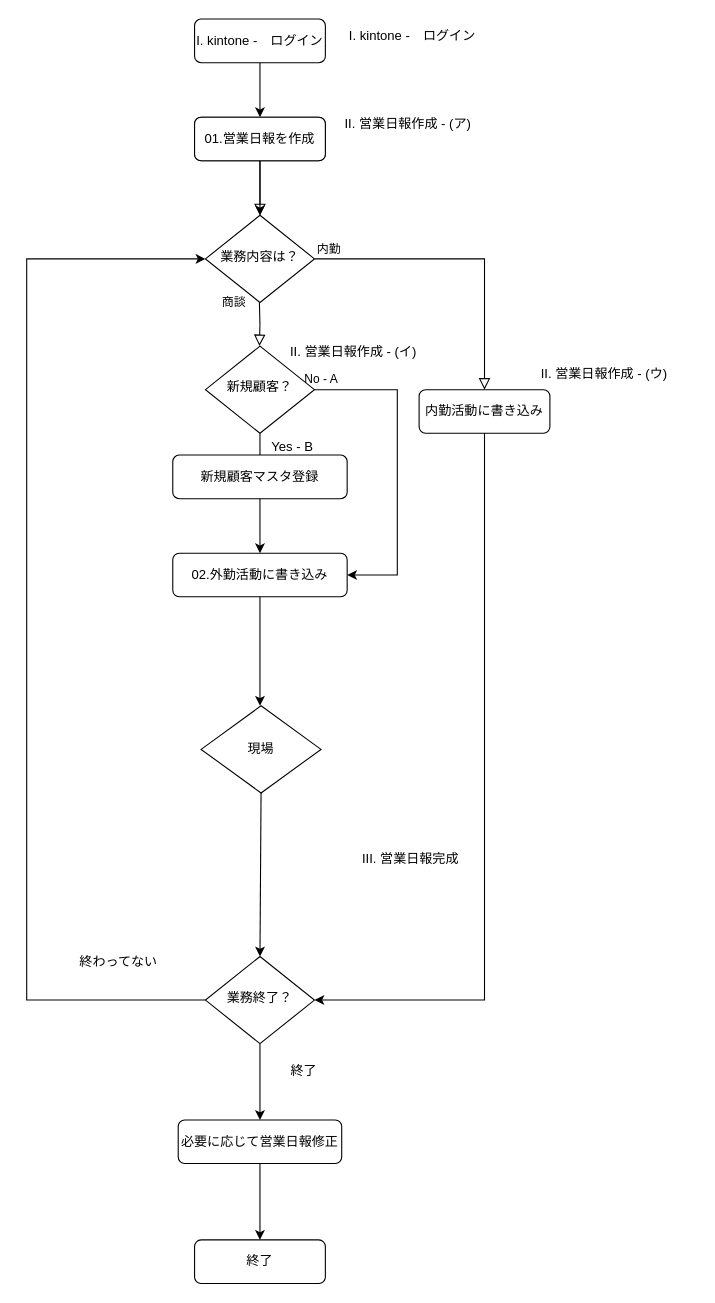
Earlier version of the draw.io diagram kintone使用案_01.drawio (kss-kawashima/flow). Source tidied: cells renumbered, new cells numbered last; positions are measured from the earlier drawing's top-left corner, leaving out a move shared by most shapes. Both pictures are drawn from the tidied source at 109%, with x=0, y=0 at pixel (26, 19).
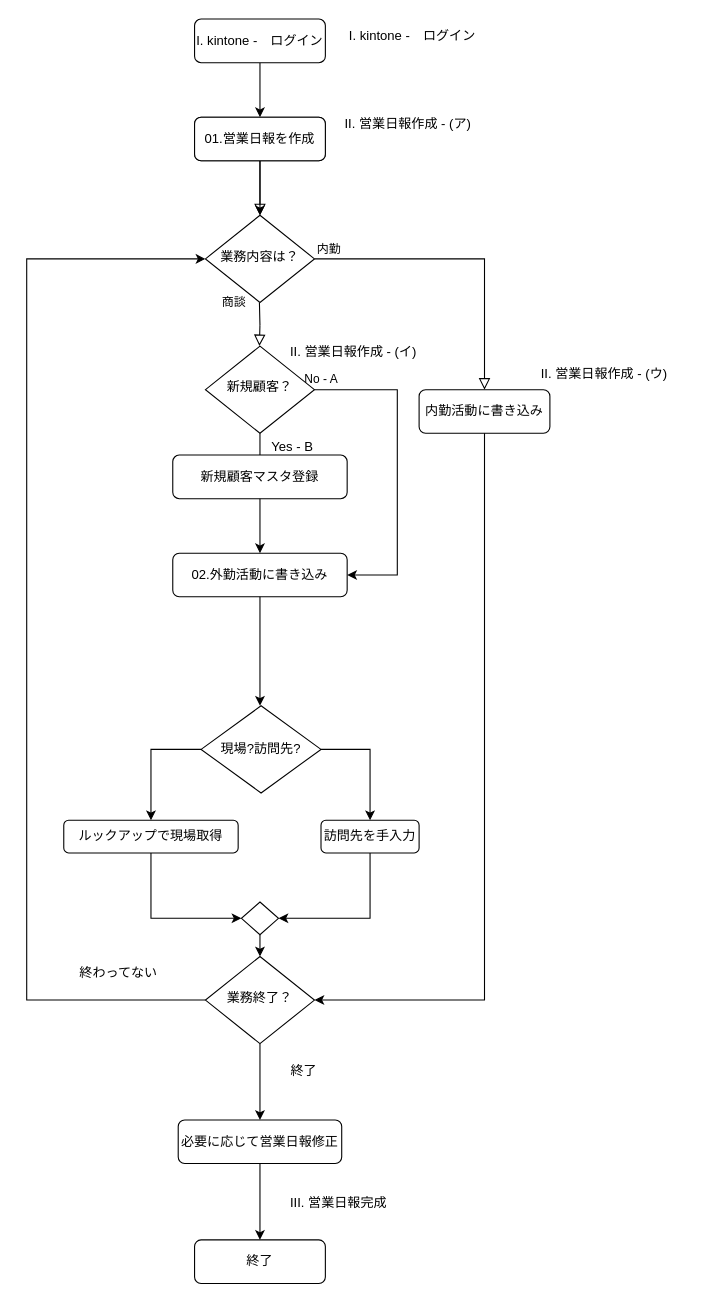
The same page after the edit.

Commit message:
kintone使用案_01.drawio を更新します

Unchanged cells that the change refers to:
```xml
<mxCell id="16" value="業務終了？" style="rhombus;whiteSpace=wrap;html=1;shadow=0;fontFamily=Helvetica;fontSize=12;align=center;strokeWidth=1;spacing=6;spacingTop=-4;" parent="1" vertex="1">
  <mxGeometry x="164" y="860" width="100" height="80" as="geometry" />
</mxCell>
```

The edit, as a diff of the source:
```diff
@@
     <mxCell id="21" value="終わってない" style="text;html=1;align=center;verticalAlign=middle;strokeColor=none;fillColor=none;" parent="1" vertex="1">
-      <mxGeometry x="34" y="850" width="100" height="30" as="geometry" />
+      <mxGeometry x="34" y="860" width="100" height="30" as="geometry" />
     </mxCell>
@@
     <mxCell id="40" style="shape=table;startSize=0;childLayout=tableLayout;rowLines=0;fontStyle=0;align=center;strokeColor=none;fillColor=none;whiteSpace=wrap;html=1;" parent="1" vertex="1">
-      <mxGeometry x="270" y="755" width="180" height="30" as="geometry" />
+      <mxGeometry x="204" y="1070" width="180" height="30" as="geometry" />
     </mxCell>
@@
+    <mxCell id="52" style="edgeStyle=orthogonalEdgeStyle;rounded=0;jettySize=auto;html=1;exitX=1;exitY=0.5;exitDx=0;exitDy=0;entryX=0.5;entryY=0;entryDx=0;entryDy=0;" parent="1" edge="1" source="50" target="56">
+      <mxGeometry relative="1" as="geometry" />
+    </mxCell>
-    <mxCell id="50" value="現場" style="rhombus;whiteSpace=wrap;html=1;" parent="1" vertex="1">
+    <mxCell id="50" value="現場?訪問先?" style="rhombus;whiteSpace=wrap;html=1;" parent="1" vertex="1">
       <mxGeometry x="160" y="630" width="110" height="80" as="geometry" />
     </mxCell>
-    <mxCell id="51" style="endArrow=classic;html=1;rounded=0;exitX=0.5;exitY=1;exitDx=0;exitDy=0;entryX=0.5;entryY=0;entryDx=0;entryDy=0;" parent="1" edge="1" source="50" target="16">
-      <mxGeometry relative="1" as="geometry" />
+    <mxCell id="51" style="endArrow=classic;html=1;rounded=0;exitX=0;exitY=0.5;exitDx=0;exitDy=0;entryX=0.5;entryY=0;entryDx=0;entryDy=0;" parent="1" edge="1" source="50" target="54">
+      <mxGeometry relative="1" as="geometry">
+        <Array as="points">
+          <mxPoint x="114" y="670" />
+        </Array>
+      </mxGeometry>
     </mxCell>
+    <mxCell id="53" style="edgeStyle=orthogonalEdgeStyle;rounded=0;jettySize=auto;html=1;exitX=0.5;exitY=1;exitDx=0;exitDy=0;entryX=0;entryY=0.5;entryDx=0;entryDy=0;" parent="1" edge="1" source="54" target="58">
+      <mxGeometry relative="1" as="geometry" />
+    </mxCell>
+    <mxCell id="54" value="ルックアップで現場取得" style="rounded=1;whiteSpace=wrap;html=1;fontSize=12;glass=0;strokeWidth=1;shadow=0;" parent="1" vertex="1">
+      <mxGeometry x="34" y="735" width="160" height="30" as="geometry" />
+    </mxCell>
+    <mxCell id="55" style="edgeStyle=orthogonalEdgeStyle;rounded=0;jettySize=auto;html=1;exitX=0.5;exitY=1;exitDx=0;exitDy=0;entryX=1;entryY=0.5;entryDx=0;entryDy=0;" parent="1" edge="1" source="56" target="58">
+      <mxGeometry relative="1" as="geometry" />
+    </mxCell>
+    <mxCell id="56" value="訪問先を手入力" style="rounded=1;whiteSpace=wrap;html=1;fontSize=12;glass=0;strokeWidth=1;shadow=0;" parent="1" vertex="1">
+      <mxGeometry x="270" y="735" width="90" height="30" as="geometry" />
+    </mxCell>
+    <mxCell id="57" style="edgeStyle=orthogonalEdgeStyle;rounded=0;jettySize=auto;html=1;exitX=0.5;exitY=1;exitDx=0;exitDy=0;entryX=0.5;entryY=0;entryDx=0;entryDy=0;" parent="1" edge="1" source="58" target="16">
+      <mxGeometry relative="1" as="geometry" />
+    </mxCell>
+    <mxCell id="58" style="rhombus;whiteSpace=wrap;html=1;" parent="1" vertex="1">
+      <mxGeometry x="197" y="810" width="34" height="30" as="geometry" />
+    </mxCell>
```
